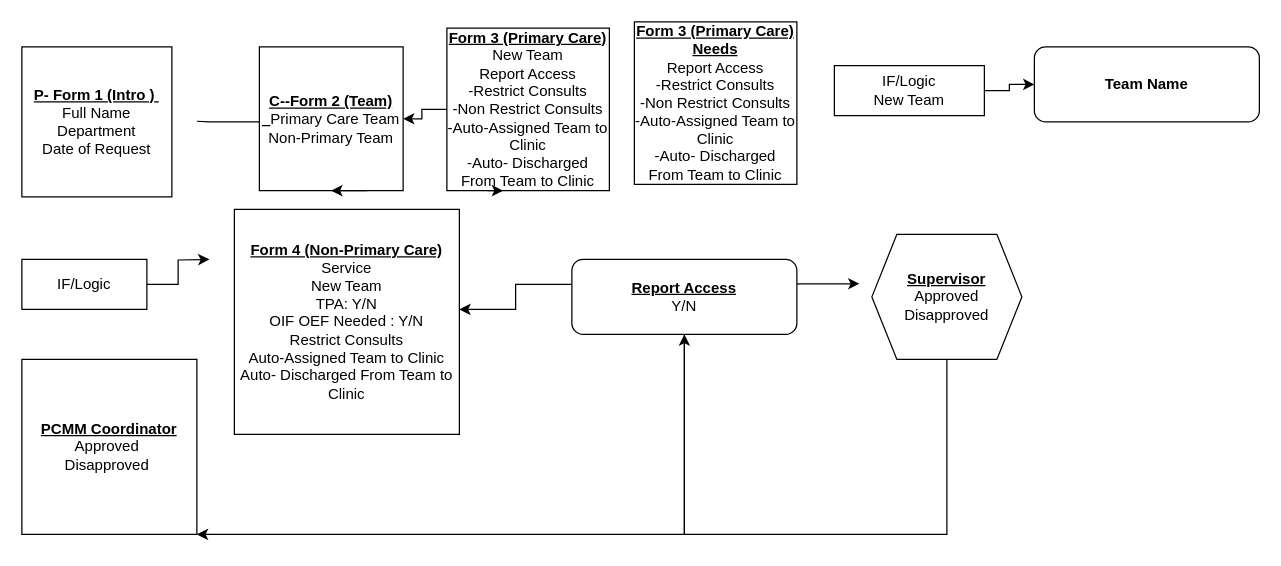
Before: Copy of PCMM Basic LEAF DRAFT.drawio in Edward-Bailey1/PCMM, a draw.io diagram. Source tidied: cells renumbered, new cells numbered last; positions are measured from the earlier drawing's top-left corner, leaving out a move shared by most shapes. Both pictures are drawn from the tidied source at 125%, with x=0, y=0 at pixel (21, 21).
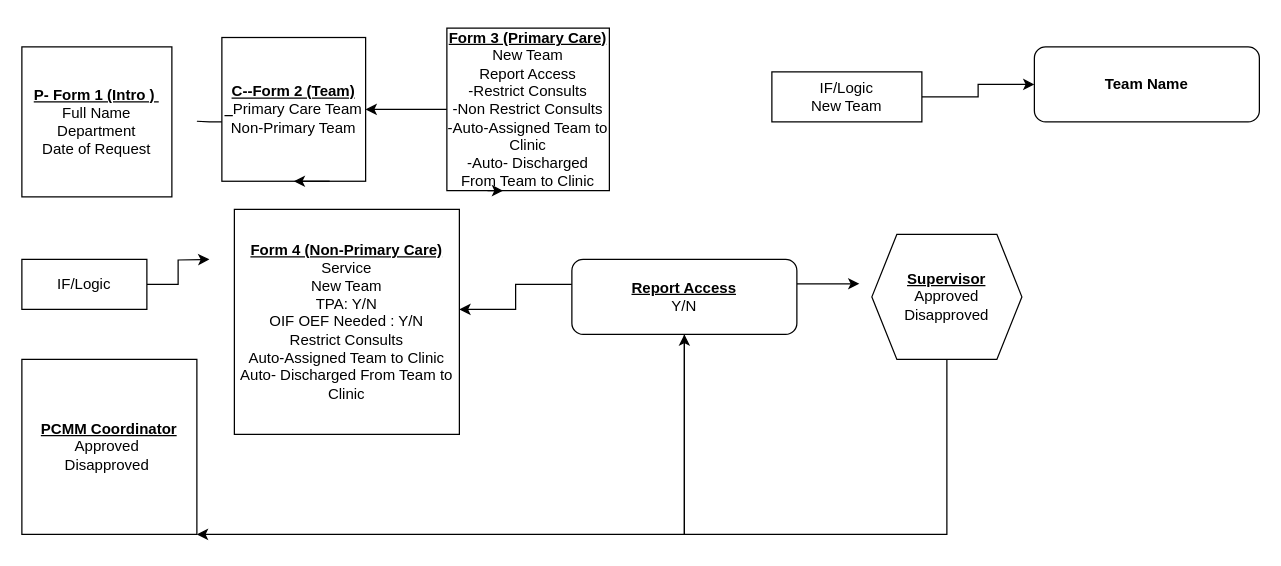
The same diagram, later.

Diff of the diagram source:
```diff
@@
     <mxCell id="4" value="&lt;u style=&quot;font-weight: bold;&quot;&gt;C--Form 2 (Team)&lt;br&gt;&amp;nbsp;&amp;nbsp;&lt;/u&gt;Primary Care Team&lt;br&gt;Non-Primary Team" style="whiteSpace=wrap;html=1;" parent="1" vertex="1">
-      <mxGeometry x="190" y="20" width="115" height="115" as="geometry" />
+      <mxGeometry x="160" y="12.5" width="115" height="115" as="geometry" />
     </mxCell>
@@
     <mxCell id="19" value="IF/Logic &lt;br&gt;New Team" style="rounded=0;whiteSpace=wrap;html=1;" parent="1" vertex="1">
-      <mxGeometry x="650" y="35" width="120" height="40" as="geometry" />
+      <mxGeometry x="600" y="40" width="120" height="40" as="geometry" />
     </mxCell>
@@
-    <mxCell id="22" value="&lt;b style=&quot;text-decoration-line: underline;&quot;&gt;Form 3 (Primary Care)&lt;br&gt;&lt;/b&gt;&lt;b&gt;&lt;u&gt;Needs&lt;/u&gt;&lt;/b&gt;&lt;br&gt;Report Access&lt;br&gt;-Restrict Consults&lt;br&gt;-Non Restrict Consults&lt;br&gt;-Auto-Assigned Team to Clinic&lt;br&gt;-Auto- Discharged From Team to Clinic" style="whiteSpace=wrap;html=1;" parent="1" vertex="1">
-      <mxGeometry x="490" width="130" height="130" as="geometry" />
-    </mxCell>
```
